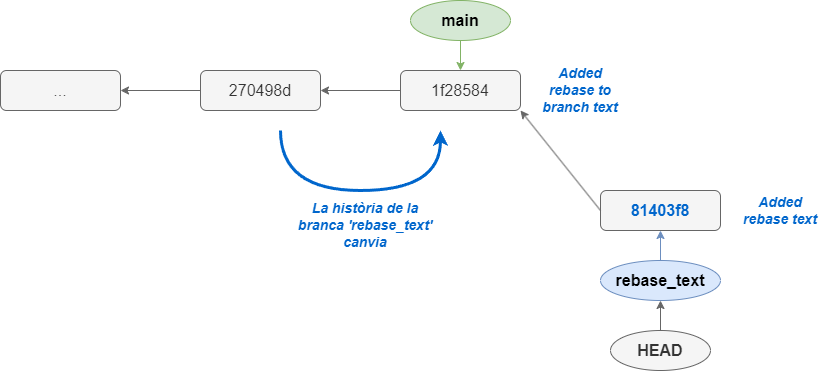
Earlier version of the draw.io export docs/apunts/img/branques/after_rebase.png (joapuiib/curs-git). Source tidied: cells renumbered, new cells last; positions are measured from the earlier drawing's top-left corner, leaving out a move shared by most shapes.
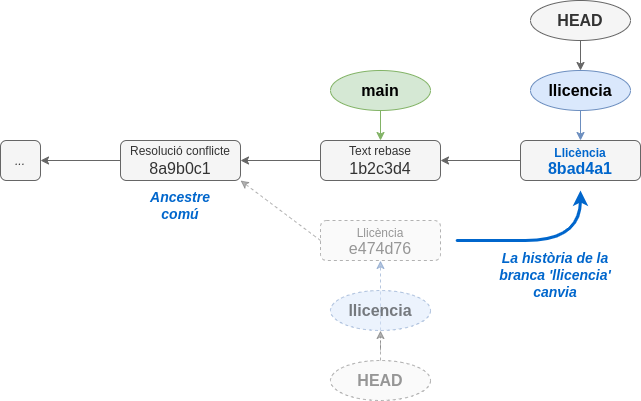
After the change.

Diff of the diagram source:
```diff
@@ -2,63 +2,79 @@
   <root>
     <mxCell id="0" />
     <mxCell id="1" parent="0" />
+    <mxCell id="19" value="&lt;font color=&quot;#0066cc&quot; style=&quot;font-size: 14px;&quot;&gt;&lt;b&gt;Ancestre comú&lt;/b&gt;&lt;/font&gt;" style="text;html=1;strokeColor=none;fillColor=none;align=center;verticalAlign=middle;whiteSpace=wrap;rounded=0;fontStyle=2;" parent="1" vertex="1">
+      <mxGeometry x="-210" y="-280" width="60" height="30" as="geometry" />
+    </mxCell>
-    <mxCell id="2" value="..." style="rounded=1;whiteSpace=wrap;html=1;fontSize=16;fillColor=#f5f5f5;strokeColor=#666666;fontColor=#333333;" parent="1" vertex="1">
-      <mxGeometry y="70" width="120" height="40" as="geometry" />
+    <mxCell id="2" value="&lt;div style=&quot;line-height: 100%;&quot;&gt;&lt;span style=&quot;font-size: 12px;&quot;&gt;&lt;i&gt;...&lt;/i&gt;&lt;/span&gt;&lt;/div&gt;" style="rounded=1;whiteSpace=wrap;html=1;fontSize=16;fillColor=#f5f5f5;strokeColor=#666666;fontColor=#333333;" parent="1" vertex="1">
+      <mxGeometry x="-360" y="-330" width="40" height="40" as="geometry" />
     </mxCell>
-    <mxCell id="3" style="rounded=0;jettySize=auto;html=1;fillColor=#d5e8d4;strokeColor=#82b366;" parent="1" edge="1" source="4" target="12">
-      <mxGeometry relative="1" as="geometry" />
-    </mxCell>
+    <mxCell id="20" style="rounded=0;jettySize=auto;html=1;exitX=0.5;exitY=1;exitDx=0;exitDy=0;fillColor=#dae8fc;strokeColor=#6c8ebf;dashed=1;opacity=50;textOpacity=50;" parent="1" edge="1" source="21" target="25">
+      <mxGeometry relative="1" as="geometry" />
+    </mxCell>
+    <mxCell id="21" value="llicencia" style="ellipse;whiteSpace=wrap;html=1;fillColor=#dae8fc;strokeColor=#6c8ebf;fontSize=16;fontStyle=1;dashed=1;opacity=50;textOpacity=50;" parent="1" vertex="1">
+      <mxGeometry x="-30" y="-180" width="100" height="40" as="geometry" />
+    </mxCell>
+    <mxCell id="22" style="edgeStyle=orthogonalEdgeStyle;rounded=0;jettySize=auto;html=1;exitX=0;exitY=0.5;exitDx=0;exitDy=0;fillColor=#f5f5f5;strokeColor=#666666;" parent="1" edge="1" source="23" target="2">
+      <mxGeometry relative="1" as="geometry" />
+    </mxCell>
+    <mxCell id="23" value="&lt;div style=&quot;line-height: 100%;&quot;&gt;&lt;font style=&quot;font-size: 12px;&quot;&gt;Resolució conflicte&lt;/font&gt;&lt;/div&gt;8a9b0c1" style="rounded=1;whiteSpace=wrap;html=1;fontSize=16;fillColor=#f5f5f5;strokeColor=#666666;fontColor=#333333;" parent="1" vertex="1">
+      <mxGeometry x="-240" y="-330" width="120" height="40" as="geometry" />
+    </mxCell>
+    <mxCell id="24" style="edgeStyle=orthogonalEdgeStyle;rounded=0;jettySize=auto;html=1;fillColor=#f5f5f5;strokeColor=#666666;" parent="1" edge="1" source="26" target="23">
+      <mxGeometry relative="1" as="geometry" />
+    </mxCell>
+    <mxCell id="25" value="&lt;div style=&quot;line-height: 100%;&quot;&gt;&lt;span style=&quot;background-color: initial; font-size: 12px;&quot;&gt;Llicència&lt;/span&gt;&lt;/div&gt;&lt;div style=&quot;line-height: 100%;&quot;&gt;e474d76&lt;br&gt;&lt;/div&gt;" style="rounded=1;whiteSpace=wrap;html=1;fontSize=16;fillColor=#f5f5f5;strokeColor=#666666;fontColor=#333333;dashed=1;opacity=50;textOpacity=50;" parent="1" vertex="1">
+      <mxGeometry x="-40" y="-250" width="120" height="40" as="geometry" />
+    </mxCell>
+    <mxCell id="26" value="&lt;div style=&quot;line-height: 100%;&quot;&gt;&lt;font style=&quot;font-size: 12px;&quot;&gt;Text rebase&lt;/font&gt;&lt;/div&gt;1b2c3d4" style="rounded=1;whiteSpace=wrap;html=1;fontSize=16;fillColor=#f5f5f5;strokeColor=#666666;fontColor=#333333;" parent="1" vertex="1">
+      <mxGeometry x="-40" y="-330" width="120" height="40" as="geometry" />
+    </mxCell>
+    <mxCell id="27" style="rounded=0;jettySize=auto;html=1;fillColor=#f5f5f5;strokeColor=#666666;exitX=0;exitY=0.5;exitDx=0;exitDy=0;entryX=1;entryY=1;entryDx=0;entryDy=0;dashed=1;opacity=50;textOpacity=50;" parent="1" edge="1" source="25" target="23">
+      <mxGeometry relative="1" as="geometry" />
+    </mxCell>
+    <mxCell id="28" style="rounded=0;jettySize=auto;html=1;exitX=0.5;exitY=1;exitDx=0;exitDy=0;fillColor=#d5e8d4;strokeColor=#82b366;" parent="1" edge="1" source="4" target="26">
+      <mxGeometry relative="1" as="geometry" />
+    </mxCell>
     <mxCell id="4" value="main" style="ellipse;whiteSpace=wrap;html=1;fillColor=#d5e8d4;strokeColor=#82b366;fontSize=16;fontStyle=1;" parent="1" vertex="1">
-      <mxGeometry x="410" width="100" height="40" as="geometry" />
+      <mxGeometry x="-30" y="-400" width="100" height="40" as="geometry" />
     </mxCell>
-    <mxCell id="5" style="edgeStyle=orthogonalEdgeStyle;rounded=0;jettySize=auto;html=1;exitX=0.5;exitY=0;exitDx=0;exitDy=0;fillColor=#f5f5f5;strokeColor=#666666;" parent="1" edge="1" source="6" target="8">
-      <mxGeometry relative="1" as="geometry" />
-    </mxCell>
+    <mxCell id="29" style="edgeStyle=orthogonalEdgeStyle;rounded=0;jettySize=auto;html=1;fillColor=#f5f5f5;strokeColor=#666666;" parent="1" edge="1" source="6" target="30">
+      <mxGeometry relative="1" as="geometry" />
+    </mxCell>
     <mxCell id="6" value="HEAD" style="ellipse;whiteSpace=wrap;html=1;fillColor=#f5f5f5;strokeColor=#666666;fontSize=16;fontStyle=1;fontColor=#333333;" parent="1" vertex="1">
-      <mxGeometry x="610" y="330" width="100" height="40" as="geometry" />
+      <mxGeometry x="170" y="-470" width="100" height="40" as="geometry" />
     </mxCell>
-    <mxCell id="7" style="edgeStyle=orthogonalEdgeStyle;rounded=0;jettySize=auto;html=1;fillColor=#dae8fc;strokeColor=#6c8ebf;" parent="1" edge="1" source="8" target="11">
-      <mxGeometry relative="1" as="geometry" />
-    </mxCell>
-    <mxCell id="8" value="rebase_text" style="ellipse;whiteSpace=wrap;html=1;fillColor=#dae8fc;strokeColor=#6c8ebf;fontSize=16;fontStyle=1;" parent="1" vertex="1">
-      <mxGeometry x="600" y="260" width="120" height="40" as="geometry" />
-    </mxCell>
-    <mxCell id="9" style="edgeStyle=orthogonalEdgeStyle;rounded=0;jettySize=auto;html=1;exitX=0;exitY=0.5;exitDx=0;exitDy=0;fillColor=#f5f5f5;strokeColor=#666666;" parent="1" edge="1" source="10" target="2">
-      <mxGeometry relative="1" as="geometry" />
-    </mxCell>
-    <mxCell id="10" value="270498d" style="rounded=1;whiteSpace=wrap;html=1;fontSize=16;fillColor=#f5f5f5;strokeColor=#666666;fontColor=#333333;" parent="1" vertex="1">
-      <mxGeometry x="200" y="70" width="120" height="40" as="geometry" />
-    </mxCell>
-    <mxCell id="11" value="81403f8" style="rounded=1;whiteSpace=wrap;html=1;fontSize=16;fillColor=#f5f5f5;strokeColor=#666666;fontColor=#0066CC;fontStyle=1;labelBorderColor=none;" parent="1" vertex="1">
-      <mxGeometry x="600" y="190" width="120" height="40" as="geometry" />
-    </mxCell>
-    <mxCell id="12" value="1f28584" style="rounded=1;whiteSpace=wrap;html=1;fontSize=16;fillColor=#f5f5f5;strokeColor=#666666;fontColor=#333333;" parent="1" vertex="1">
-      <mxGeometry x="400" y="70" width="120" height="40" as="geometry" />
-    </mxCell>
-    <mxCell id="13" style="rounded=0;jettySize=auto;html=1;fillColor=#f5f5f5;strokeColor=#666666;" parent="1" edge="1" source="12" target="10">
-      <mxGeometry relative="1" as="geometry" />
-    </mxCell>
-    <mxCell id="14" style="rounded=0;jettySize=auto;html=1;fillColor=#f5f5f5;strokeColor=#666666;exitX=0;exitY=0.5;exitDx=0;exitDy=0;entryX=1;entryY=1;entryDx=0;entryDy=0;" parent="1" edge="1" source="11" target="12">
-      <mxGeometry relative="1" as="geometry" />
-    </mxCell>
-    <mxCell id="15" value="&lt;font color=&quot;#0066cc&quot; style=&quot;font-size: 14px;&quot;&gt;&lt;b&gt;Added rebase to branch text&lt;/b&gt;&lt;/font&gt;" style="text;html=1;strokeColor=none;fillColor=none;align=center;verticalAlign=middle;whiteSpace=wrap;rounded=0;fontStyle=2;" parent="1" vertex="1">
-      <mxGeometry x="540" y="75" width="80" height="30" as="geometry" />
-    </mxCell>
-    <mxCell id="16" value="&lt;font color=&quot;#0066cc&quot; style=&quot;font-size: 14px;&quot;&gt;&lt;b&gt;Added rebase text&lt;/b&gt;&lt;/font&gt;" style="text;html=1;strokeColor=none;fillColor=none;align=center;verticalAlign=middle;whiteSpace=wrap;rounded=0;fontStyle=2;" parent="1" vertex="1">
-      <mxGeometry x="740" y="195" width="80" height="30" as="geometry" />
-    </mxCell>
-    <mxCell id="17" style="curved=1;endArrow=classic;html=1;rounded=0;strokeWidth=3;fillColor=#dae8fc;strokeColor=#0066CC;" parent="1" edge="1">
-      <mxGeometry relative="1" as="geometry">
-        <mxPoint x="280" y="130" as="sourcePoint" />
-        <mxPoint x="440" y="130" as="targetPoint" />
-        <Array as="points">
-          <mxPoint x="280" y="190" />
-          <mxPoint x="440" y="190" />
-        </Array>
-      </mxGeometry>
-    </mxCell>
-    <mxCell id="18" value="&lt;font color=&quot;#0066cc&quot; style=&quot;font-size: 14px;&quot;&gt;&lt;b&gt;La història de la branca 'rebase_text' canvia&lt;/b&gt;&lt;/font&gt;" style="text;html=1;strokeColor=none;fillColor=none;align=center;verticalAlign=middle;whiteSpace=wrap;rounded=0;fontStyle=2;" parent="1" vertex="1">
-      <mxGeometry x="290" y="210" width="150" height="30" as="geometry" />
-    </mxCell>
+    <mxCell id="30" value="llicencia" style="ellipse;whiteSpace=wrap;html=1;fillColor=#dae8fc;strokeColor=#6c8ebf;fontSize=16;fontStyle=1;" parent="1" vertex="1">
+      <mxGeometry x="170" y="-400" width="100" height="40" as="geometry" />
+    </mxCell>
+    <mxCell id="31" value="&lt;div style=&quot;line-height: 100%;&quot;&gt;&lt;span style=&quot;background-color: initial; font-size: 12px;&quot;&gt;&lt;b&gt;&lt;font color=&quot;#0066cc&quot;&gt;Llicència&lt;/font&gt;&lt;/b&gt;&lt;/span&gt;&lt;/div&gt;&lt;div style=&quot;line-height: 100%;&quot;&gt;&lt;font color=&quot;#0066cc&quot;&gt;&lt;b&gt;8bad4a1&lt;/b&gt;&lt;/font&gt;&lt;br&gt;&lt;/div&gt;" style="rounded=1;whiteSpace=wrap;html=1;fontSize=16;fillColor=#f5f5f5;strokeColor=#666666;fontColor=#333333;" parent="1" vertex="1">
+      <mxGeometry x="160" y="-330" width="120" height="40" as="geometry" />
+    </mxCell>
+    <mxCell id="32" style="rounded=0;jettySize=auto;html=1;fillColor=#f5f5f5;strokeColor=#666666;exitX=0;exitY=0.5;exitDx=0;exitDy=0;" parent="1" edge="1" source="31" target="26">
+      <mxGeometry relative="1" as="geometry" />
+    </mxCell>
+    <mxCell id="33" style="rounded=0;jettySize=auto;html=1;fillColor=#dae8fc;strokeColor=#6c8ebf;" parent="1" edge="1" source="30" target="31">
+      <mxGeometry relative="1" as="geometry" />
+    </mxCell>
+    <mxCell id="34" value="HEAD" style="ellipse;whiteSpace=wrap;html=1;fillColor=#f5f5f5;strokeColor=#666666;fontSize=16;fontStyle=1;fontColor=#333333;textOpacity=50;dashed=1;opacity=50;" parent="1" vertex="1">
+      <mxGeometry x="-30" y="-110" width="100" height="40" as="geometry" />
+    </mxCell>
+    <mxCell id="35" style="edgeStyle=orthogonalEdgeStyle;rounded=0;jettySize=auto;html=1;fillColor=#f5f5f5;strokeColor=#666666;textOpacity=50;dashed=1;opacity=50;" parent="1" edge="1" source="34" target="21">
+      <mxGeometry relative="1" as="geometry" />
+    </mxCell>
+    <mxCell id="36" style="curved=1;endArrow=classic;html=1;rounded=0;strokeWidth=3;fillColor=#dae8fc;strokeColor=#0066CC;" parent="1" edge="1">
+      <mxGeometry relative="1" as="geometry">
+        <mxPoint x="110" y="-230" as="sourcePoint" />
+        <mxPoint x="220" y="-280" as="targetPoint" />
+        <Array as="points">
+          <mxPoint x="90" y="-230" />
+          <mxPoint x="110" y="-230" />
+          <mxPoint x="220" y="-230" />
+        </Array>
+      </mxGeometry>
+    </mxCell>
+    <mxCell id="37" value="&lt;font color=&quot;#0066cc&quot; style=&quot;font-size: 14px;&quot;&gt;&lt;b&gt;La història de la branca 'llicencia' canvia&lt;/b&gt;&lt;/font&gt;" style="text;html=1;strokeColor=none;fillColor=none;align=center;verticalAlign=middle;whiteSpace=wrap;rounded=0;fontStyle=2;" parent="1" vertex="1">
+      <mxGeometry x="120" y="-210" width="150" height="30" as="geometry" />
+    </mxCell>
   </root>
 </mxGraphModel>
```
